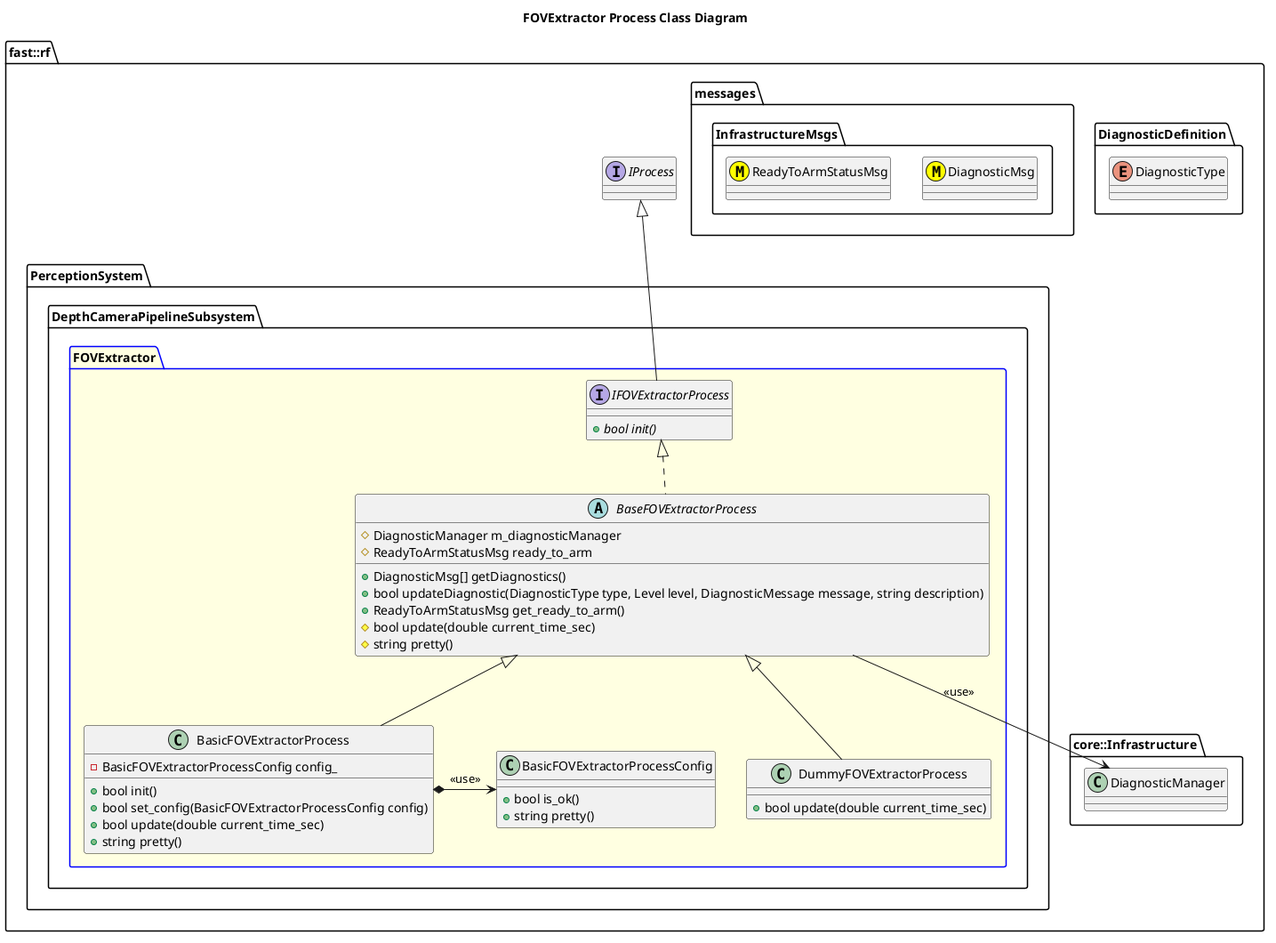
This is Systems/Perception/Subsystems/DepthCameraPipeline/Processes/FOVExtractor/doc/puml/FOVExtractorProcessClassDiagram.png from fastrobotics/robot_framework, a PlantUML export, as it was before one commit. The source it was exported from:
```plantuml
@startuml
title FOVExtractor Process Class Diagram

namespace fast::rf {
  namespace DiagnosticDefinition {
    enum DiagnosticType
  }
  namespace messages {
    namespace InfrastructureMsgs {
      class DiagnosticMsg <<(M,#FFFF00)>>
      class ReadyToArmStatusMsg <<(M,#FFFF00)>>
    }
  }
  namespace core::Infrastructure {
    class DiagnosticManager
  }
  interface IProcess
  namespace PerceptionSystem {
    namespace DepthCameraPipelineSubsystem {
      package FOVExtractor #LightYellow;line:blue {

        interface IFOVExtractorProcess  {
          +{abstract} bool init()
        }
        IFOVExtractorProcess -up-|> IProcess
        abstract BaseFOVExtractorProcess {
          +DiagnosticMsg[] getDiagnostics()
          +bool updateDiagnostic(DiagnosticType type, Level level, DiagnosticMessage message, string description)
          +ReadyToArmStatusMsg get_ready_to_arm()
          #bool update(double current_time_sec)
          #string pretty()
          #DiagnosticManager m_diagnosticManager
          #ReadyToArmStatusMsg ready_to_arm

        }
        BaseFOVExtractorProcess .up.|> IFOVExtractorProcess
        BaseFOVExtractorProcess --> DiagnosticManager: <<use>>
        class BasicFOVExtractorProcessConfig {
          +bool is_ok()
          +string pretty()
        }
        class BasicFOVExtractorProcess {
          +bool init()
          +bool set_config(BasicFOVExtractorProcessConfig config)
          +bool update(double current_time_sec)
	  +string pretty()
          -BasicFOVExtractorProcessConfig config_
        }
        BasicFOVExtractorProcess -up-|> BaseFOVExtractorProcess
        BasicFOVExtractorProcess *-> BasicFOVExtractorProcessConfig: <<use>>
        class DummyFOVExtractorProcess {
          +bool update(double current_time_sec)
        }
        DummyFOVExtractorProcess -up-|> BaseFOVExtractorProcess
      }
    }
  }
}
@enduml
```
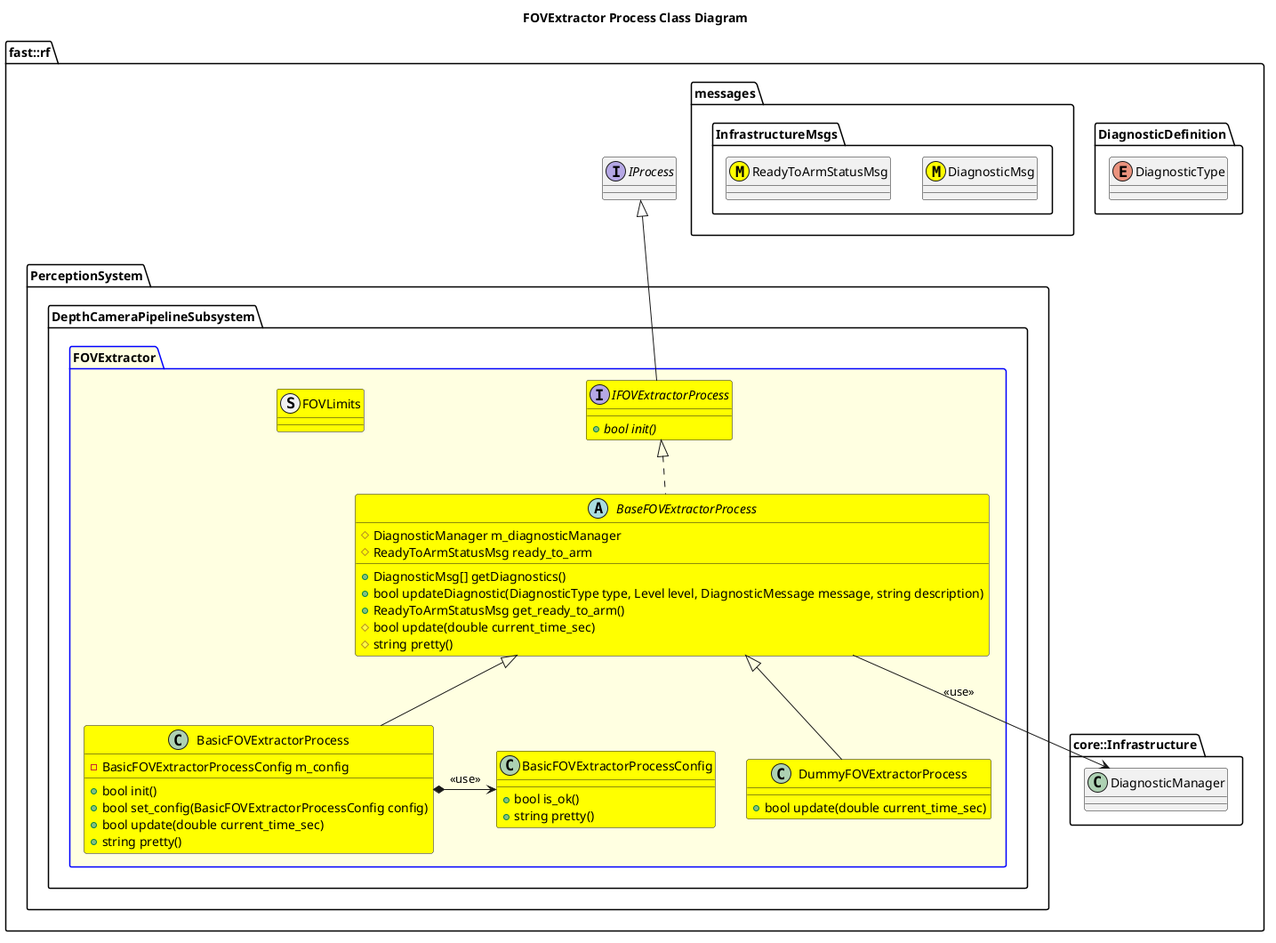
Above is the later version.

Change to the diagram source:
```diff
@@ -2,58 +2,61 @@
 title FOVExtractor Process Class Diagram
 
 namespace fast::rf {
-  namespace DiagnosticDefinition {
-    enum DiagnosticType
-  }
-  namespace messages {
-    namespace InfrastructureMsgs {
-      class DiagnosticMsg <<(M,#FFFF00)>>
-      class ReadyToArmStatusMsg <<(M,#FFFF00)>>
+    namespace DiagnosticDefinition {
+        enum DiagnosticType
     }
-  }
-  namespace core::Infrastructure {
-    class DiagnosticManager
-  }
-  interface IProcess
-  namespace PerceptionSystem {
-    namespace DepthCameraPipelineSubsystem {
-      package FOVExtractor #LightYellow;line:blue {
+    namespace messages {
+        namespace InfrastructureMsgs {
+            class DiagnosticMsg <<(M,#FFFF00)>>
+            class ReadyToArmStatusMsg <<(M,#FFFF00)>>
+        }
+    }
+    namespace core::Infrastructure {
+        class DiagnosticManager
+    }
+    interface IProcess
+    namespace PerceptionSystem {
+        namespace DepthCameraPipelineSubsystem {
+            package FOVExtractor #LightYellow;line:blue {
 
-        interface IFOVExtractorProcess  {
-          +{abstract} bool init()
+                interface IFOVExtractorProcess #Yellow {
+                    +{abstract} bool init()
+                }
+                IFOVExtractorProcess -up-|> IProcess
+                abstract BaseFOVExtractorProcess #Yellow {
+                    +DiagnosticMsg[] getDiagnostics()
+                    +bool updateDiagnostic(DiagnosticType type, Level level, DiagnosticMessage message, string description)
+                    +ReadyToArmStatusMsg get_ready_to_arm()
+                    #bool update(double current_time_sec)
+                    #string pretty()
+                    #DiagnosticManager m_diagnosticManager
+                    #ReadyToArmStatusMsg ready_to_arm
+
+                }
+                BaseFOVExtractorProcess .up.|> IFOVExtractorProcess
+                BaseFOVExtractorProcess --> DiagnosticManager: <<use>>
+                struct FOVLimits #Yellow {
+
+                }
+                class BasicFOVExtractorProcessConfig #Yellow {
+                    +bool is_ok()
+                    +string pretty()
+                }
+                class BasicFOVExtractorProcess #Yellow {
+                    +bool init()
+                    +bool set_config(BasicFOVExtractorProcessConfig config)
+                    +bool update(double current_time_sec)
+                    +string pretty()
+                    -BasicFOVExtractorProcessConfig m_config
+                }
+                BasicFOVExtractorProcess -up-|> BaseFOVExtractorProcess
+                BasicFOVExtractorProcess *-> BasicFOVExtractorProcessConfig: <<use>>
+                class DummyFOVExtractorProcess #Yellow {
+                    +bool update(double current_time_sec)
+                }
+                DummyFOVExtractorProcess -up-|> BaseFOVExtractorProcess
+            }
         }
-        IFOVExtractorProcess -up-|> IProcess
-        abstract BaseFOVExtractorProcess {
-          +DiagnosticMsg[] getDiagnostics()
-          +bool updateDiagnostic(DiagnosticType type, Level level, DiagnosticMessage message, string description)
-          +ReadyToArmStatusMsg get_ready_to_arm()
-          #bool update(double current_time_sec)
-          #string pretty()
-          #DiagnosticManager m_diagnosticManager
-          #ReadyToArmStatusMsg ready_to_arm
-
-        }
-        BaseFOVExtractorProcess .up.|> IFOVExtractorProcess
-        BaseFOVExtractorProcess --> DiagnosticManager: <<use>>
-        class BasicFOVExtractorProcessConfig {
-          +bool is_ok()
-          +string pretty()
-        }
-        class BasicFOVExtractorProcess {
-          +bool init()
-          +bool set_config(BasicFOVExtractorProcessConfig config)
-          +bool update(double current_time_sec)
-	  +string pretty()
-          -BasicFOVExtractorProcessConfig config_
-        }
-        BasicFOVExtractorProcess -up-|> BaseFOVExtractorProcess
-        BasicFOVExtractorProcess *-> BasicFOVExtractorProcessConfig: <<use>>
-        class DummyFOVExtractorProcess {
-          +bool update(double current_time_sec)
-        }
-        DummyFOVExtractorProcess -up-|> BaseFOVExtractorProcess
-      }
     }
-  }
 }
 @enduml
```
